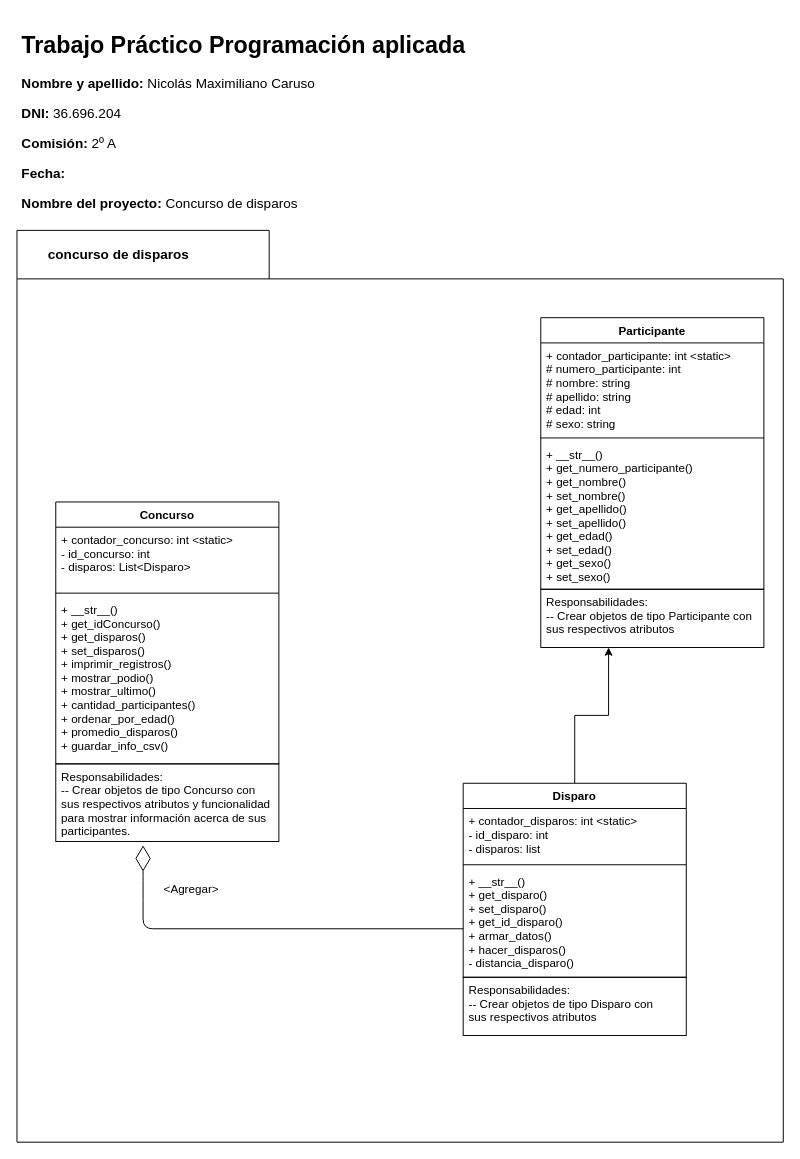
Valkyries12/concurso_de_disparos_PA keeps this draw.io diagram as documentacion/trabajo_practico_No1.drawio. Above is the earlier version. Source tidied: cells renumbered, new cells numbered last; positions are measured from the earlier drawing's top-left corner, leaving out a move shared by most shapes. Both pictures are drawn from the tidied source at 97%, with x=0, y=0 at pixel (16, 26).
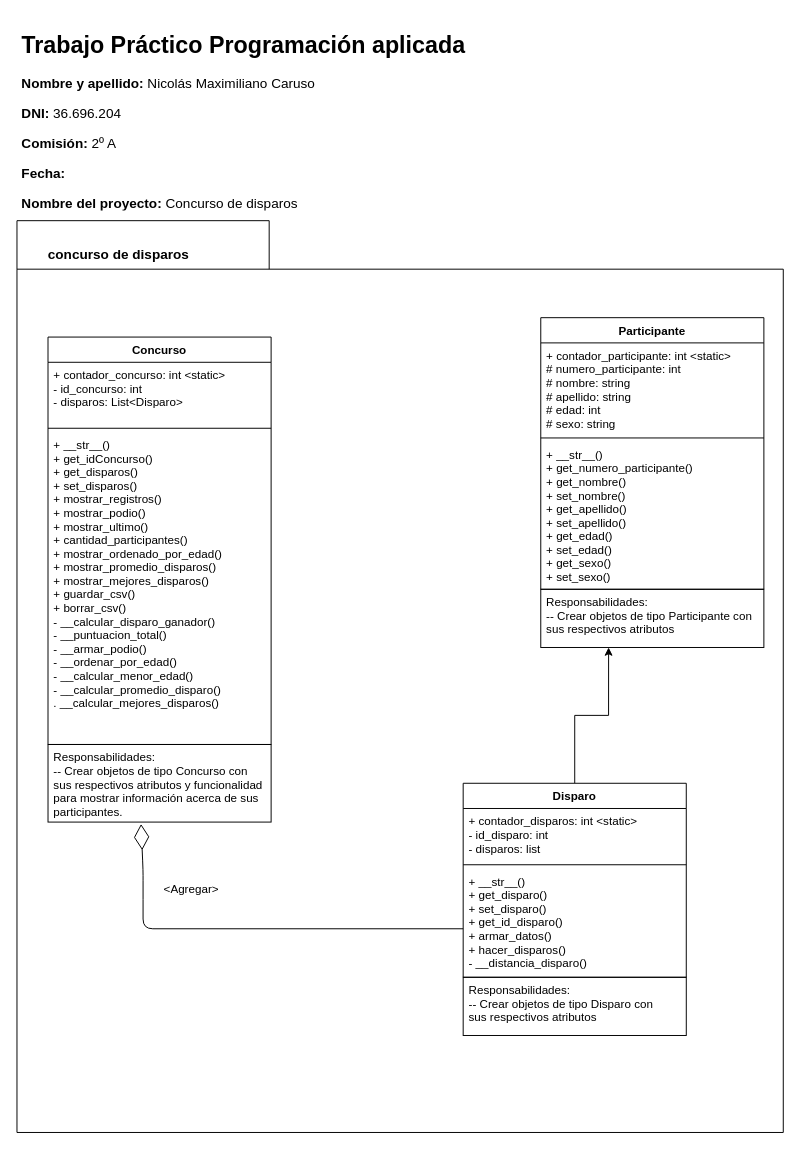
Above is the later version.

Commit message (it also covers changes not shown here):
se modifica la documentacion

The change refers to these unchanged cells:
```xml
<mxCell id="14" value="Disparo" style="swimlane;fontStyle=1;align=center;verticalAlign=top;horizontal=1;startSize=26;" parent="1" vertex="1">
  <mxGeometry x="460" y="780" width="230" height="200" as="geometry" />
</mxCell>
```

What changed in the source:
```diff
@@
     <mxCell id="2" style="shape=folder;fontStyle=1;spacingTop=10;tabWidth=260;tabHeight=50;tabPosition=left;html=1;rounded=0;strokeColor=#000000;sketch=0;" parent="1" vertex="1">
-      <mxGeometry y="210" width="790" height="940" as="geometry" />
+      <mxGeometry y="200" width="790" height="940" as="geometry" />
     </mxCell>
@@
     <mxCell id="6" value="Responsabilidades:&#10;-- Crear objetos de tipo Concurso con &#10;sus respectivos atributos y funcionalidad&#10;para mostrar información acerca de sus&#10;participantes." style="text;fillColor=none;align=left;verticalAlign=top;spacingLeft=4;spacingRight=4;overflow=hidden;points=[[0,0.5],[1,0.5]];portConstraint=eastwest;rounded=0;strokeColor=#000000;" parent="1" vertex="1">
-      <mxGeometry x="40" y="760" width="230" height="80" as="geometry" />
+      <mxGeometry x="32" y="740" width="230" height="80" as="geometry" />
     </mxCell>
-    <mxCell id="7" style="endArrow=diamondThin;endFill=0;endSize=24;html=1;" parent="1" edge="1">
+    <mxCell id="7" style="endArrow=diamondThin;endFill=0;endSize=24;html=1;entryX=0.417;entryY=1.025;entryDx=0;entryDy=0;entryPerimeter=0;" parent="1" edge="1" target="6">
       <mxGeometry relative="1" as="geometry">
         <mxPoint x="460" y="930" as="sourcePoint" />
-        <mxPoint x="130" y="844" as="targetPoint" />
         <Array as="points">
           <mxPoint x="130" y="930" />
           <mxPoint x="130" y="890" />
           <mxPoint x="130" y="870" />
         </Array>
       </mxGeometry>
     </mxCell>
@@
-    <mxCell id="17" value="+ __str__()&#10;+ get_disparo()&#10;+ set_disparo()&#10;+ get_id_disparo()&#10;+ armar_datos()&#10;+ hacer_disparos()&#10;- distancia_disparo() " style="text;strokeColor=none;fillColor=none;align=left;verticalAlign=top;spacingLeft=4;spacingRight=4;overflow=hidden;" parent="14" vertex="1">
+    <mxCell id="17" value="+ __str__()&#10;+ get_disparo()&#10;+ set_disparo()&#10;+ get_id_disparo()&#10;+ armar_datos()&#10;+ hacer_disparos()&#10;- __distancia_disparo() " style="text;strokeColor=none;fillColor=none;align=left;verticalAlign=top;spacingLeft=4;spacingRight=4;overflow=hidden;" parent="14" vertex="1">
       <mxGeometry y="88" width="230" height="112" as="geometry" />
     </mxCell>
+    <mxCell id="22" value="&lt;h1&gt;Trabajo Práctico Programación aplicada&lt;/h1&gt;&lt;p style=&quot;font-size: 14px&quot;&gt;&lt;b&gt;Nombre y apellido: &lt;/b&gt;Nicolás Maximiliano Caruso&lt;/p&gt;&lt;p style=&quot;font-size: 14px&quot;&gt;&lt;b&gt;DNI:&lt;/b&gt; 36.696.204&lt;/p&gt;&lt;p style=&quot;font-size: 14px&quot;&gt;&lt;b&gt;Comisión:&lt;/b&gt;&amp;nbsp;2º A&lt;/p&gt;&lt;p style=&quot;font-size: 14px&quot;&gt;&lt;b&gt;Fecha:&lt;/b&gt;&amp;nbsp;&lt;/p&gt;&lt;p style=&quot;font-size: 14px&quot;&gt;&lt;b&gt;Nombre del proyecto:&lt;/b&gt; Concurso de disparos&lt;/p&gt;" style="text;html=1;strokeColor=none;fillColor=none;spacing=5;spacingTop=-20;whiteSpace=wrap;overflow=hidden;rounded=0;sketch=0;" parent="1" vertex="1">
+      <mxGeometry width="742" height="190" as="geometry" />
+    </mxCell>
     <mxCell id="18" value="Concurso" style="swimlane;fontStyle=1;align=center;verticalAlign=top;horizontal=1;startSize=26;" parent="1" vertex="1">
-      <mxGeometry x="40" y="490" width="230" height="270" as="geometry" />
+      <mxGeometry x="32" y="320" width="230" height="420" as="geometry" />
     </mxCell>
@@
-    <mxCell id="21" value="+ __str__()&#10;+ get_idConcurso()&#10;+ get_disparos()&#10;+ set_disparos()&#10;+ imprimir_registros()&#10;+ mostrar_podio()&#10;+ mostrar_ultimo()&#10;+ cantidad_participantes()&#10;+ ordenar_por_edad()&#10;+ promedio_disparos()&#10;+ guardar_info_csv()" style="text;strokeColor=none;fillColor=none;align=left;verticalAlign=top;spacingLeft=4;spacingRight=4;overflow=hidden;" parent="18" vertex="1">
-      <mxGeometry y="98" width="230" height="172" as="geometry" />
+    <mxCell id="21" value="+ __str__()&#10;+ get_idConcurso()&#10;+ get_disparos()&#10;+ set_disparos()&#10;+ mostrar_registros()&#10;+ mostrar_podio()&#10;+ mostrar_ultimo()&#10;+ cantidad_participantes()&#10;+ mostrar_ordenado_por_edad()&#10;+ mostrar_promedio_disparos()&#10;+ mostrar_mejores_disparos()&#10;+ guardar_csv()&#10;+ borrar_csv()&#10;- __calcular_disparo_ganador()&#10;- __puntuacion_total()&#10;- __armar_podio()&#10;- __ordenar_por_edad()&#10;- __calcular_menor_edad()&#10;- __calcular_promedio_disparo()&#10;. __calcular_mejores_disparos()" style="text;strokeColor=none;fillColor=none;align=left;verticalAlign=top;spacingLeft=4;spacingRight=4;overflow=hidden;" parent="18" vertex="1">
+      <mxGeometry y="98" width="230" height="322" as="geometry" />
     </mxCell>
-    <mxCell id="22" value="&lt;h1&gt;Trabajo Práctico Programación aplicada&lt;/h1&gt;&lt;p style=&quot;font-size: 14px&quot;&gt;&lt;b&gt;Nombre y apellido: &lt;/b&gt;Nicolás Maximiliano Caruso&lt;/p&gt;&lt;p style=&quot;font-size: 14px&quot;&gt;&lt;b&gt;DNI:&lt;/b&gt; 36.696.204&lt;/p&gt;&lt;p style=&quot;font-size: 14px&quot;&gt;&lt;b&gt;Comisión:&lt;/b&gt;&amp;nbsp;2º A&lt;/p&gt;&lt;p style=&quot;font-size: 14px&quot;&gt;&lt;b&gt;Fecha:&lt;/b&gt;&amp;nbsp;&lt;/p&gt;&lt;p style=&quot;font-size: 14px&quot;&gt;&lt;b&gt;Nombre del proyecto:&lt;/b&gt; Concurso de disparos&lt;/p&gt;" style="text;html=1;strokeColor=none;fillColor=none;spacing=5;spacingTop=-20;whiteSpace=wrap;overflow=hidden;rounded=0;sketch=0;" parent="1" vertex="1">
-      <mxGeometry width="742" height="190" as="geometry" />
-    </mxCell>
```
